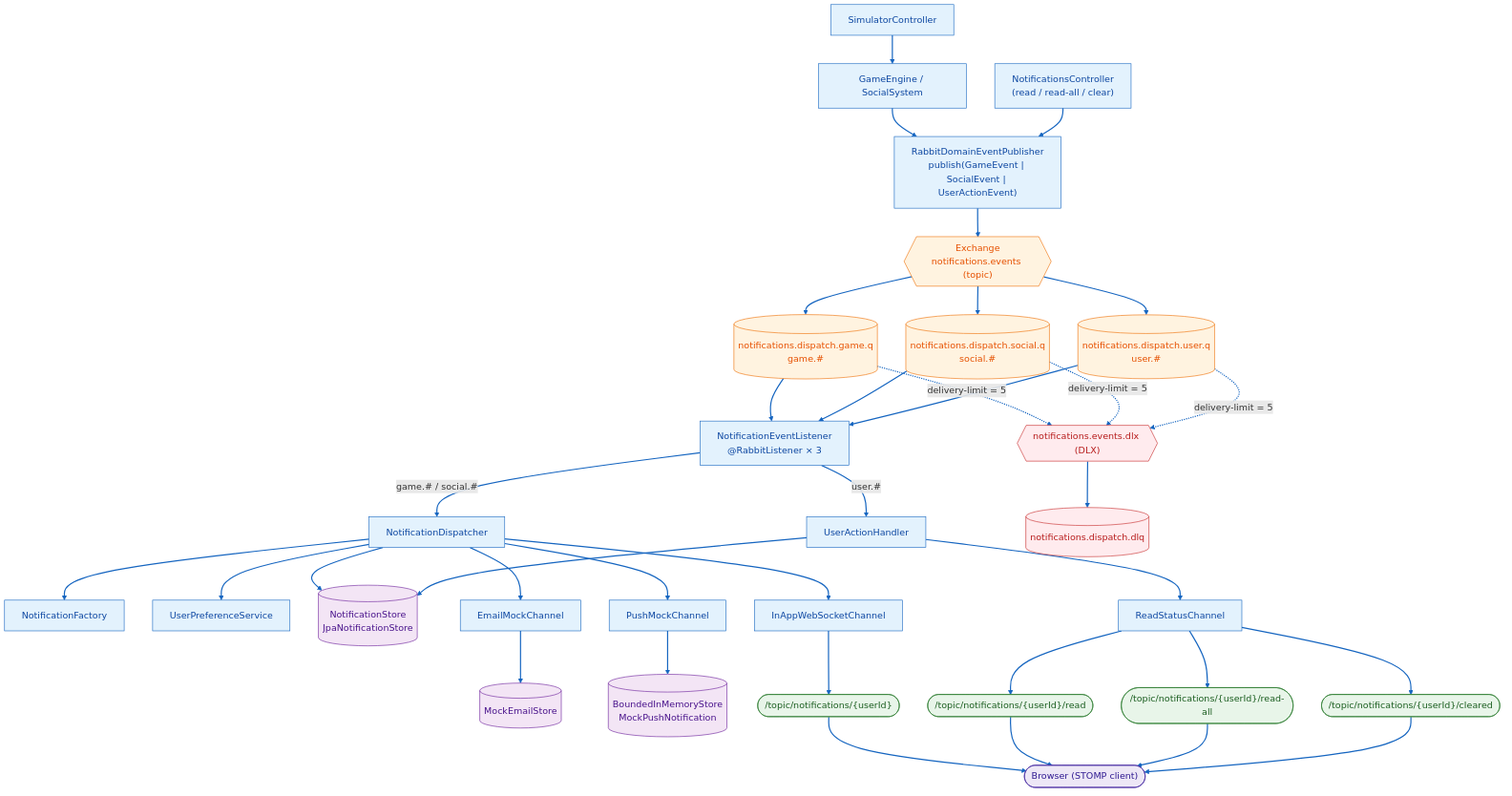
The Mermaid diagram docs/event-flow.png in juliorr/game_notification_challenge, before a commit. Its source is kept beside it as docs/event-flow.mmd.
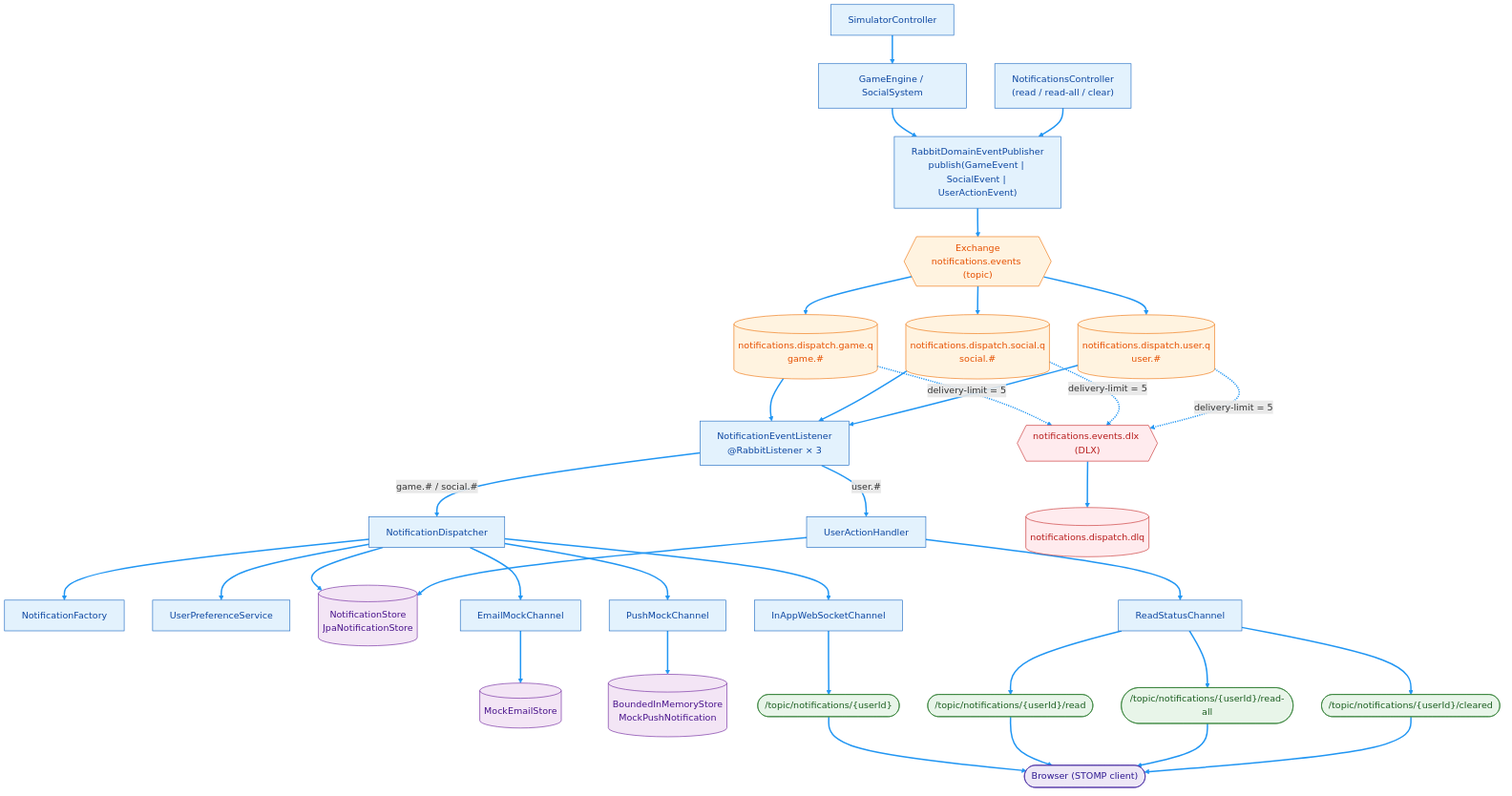
The same file after the commit.

Commit message:
docs: render architecture diagram on white background for consistent contrast in both light and dark modes

What changed in the source:
```diff
@@ -84,4 +84,4 @@
     class CLIENT client;
     class DLX,DLQ fail;
 
-    linkStyle default stroke:#1565c0,stroke-width:2px;
+    linkStyle default stroke:#2196f3,stroke-width:2.5px;
```
